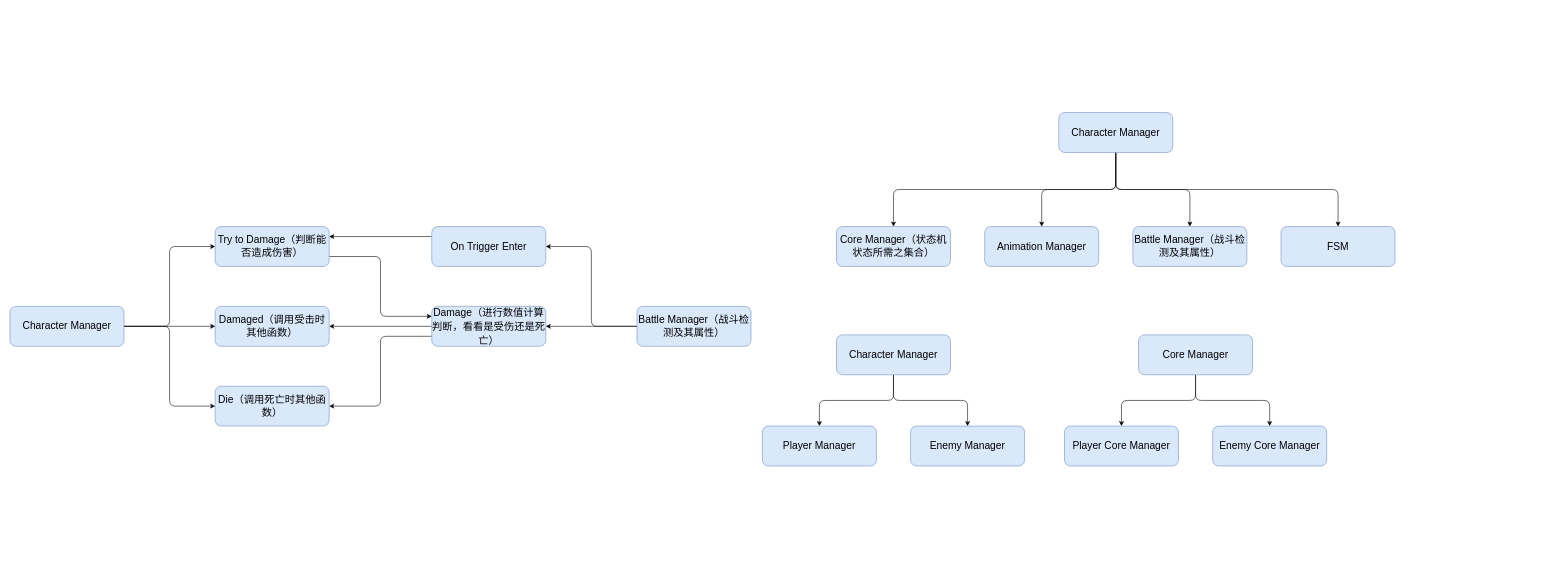
zsl2021533013/The-Letteror keeps this draw.io diagram as Readme/Script/Base Component Diagram/Character Component Structure.drawio. Above is the earlier version. Source tidied: cells renumbered, new cells numbered last; positions are measured from the earlier drawing's top-left corner, leaving out a move shared by most shapes. Both pictures are drawn from the tidied source at 57%, with x=0, y=0 at pixel (10, 112).
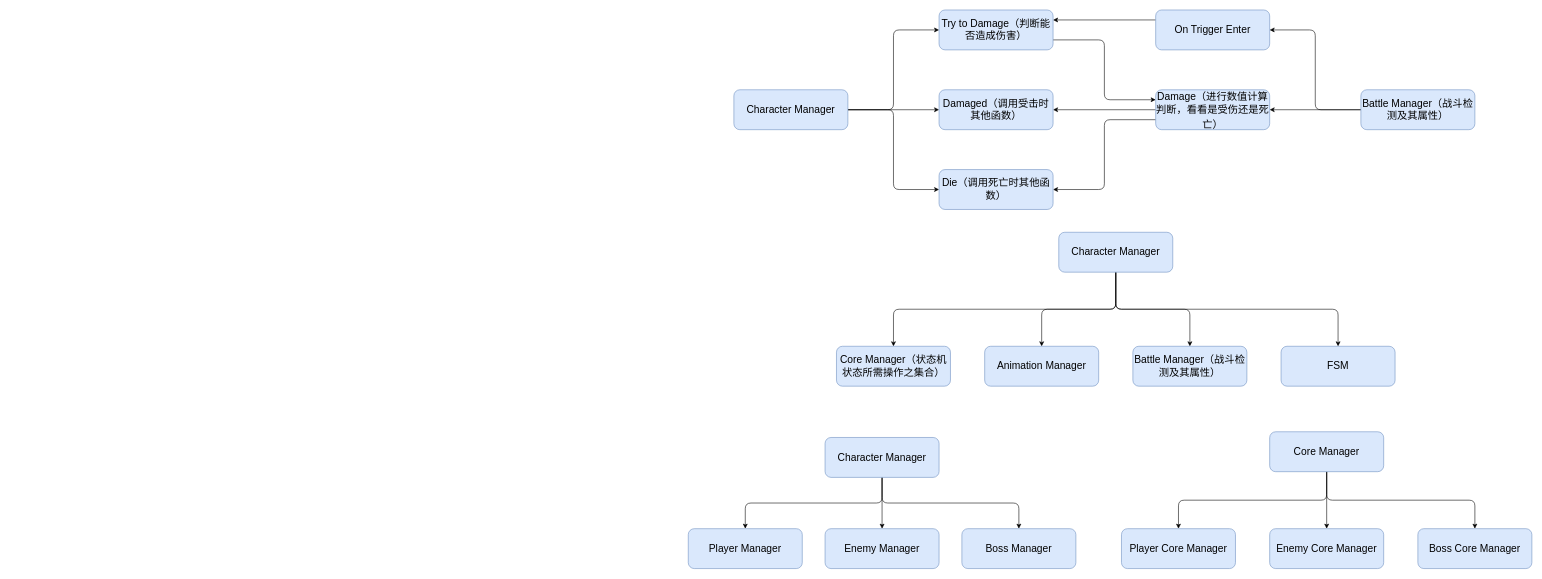
The same page after the edit.

Diff of the diagram source:
```diff
@@
     <mxCell id="6" value="&lt;span style=&quot;font-size: 18px;&quot;&gt;Character Manager&lt;/span&gt;" style="rounded=1;whiteSpace=wrap;html=1;fillColor=#dae8fc;strokeColor=#6c8ebf;" parent="1" vertex="1">
-      <mxGeometry x="1840" width="200" height="70" as="geometry" />
+      <mxGeometry x="1840" y="210" width="200" height="70" as="geometry" />
     </mxCell>
     <mxCell id="7" value="&lt;span style=&quot;font-size: 18px;&quot;&gt;Battle Manager（战斗检测及其属性）&lt;/span&gt;" style="rounded=1;whiteSpace=wrap;html=1;fillColor=#dae8fc;strokeColor=#6c8ebf;" parent="1" vertex="1">
-      <mxGeometry x="1970" y="200" width="200" height="70" as="geometry" />
+      <mxGeometry x="1970" y="410" width="200" height="70" as="geometry" />
     </mxCell>
     <mxCell id="8" value="&lt;span style=&quot;font-size: 18px;&quot;&gt;Animation Manager&lt;/span&gt;" style="rounded=1;whiteSpace=wrap;html=1;fillColor=#dae8fc;strokeColor=#6c8ebf;" parent="1" vertex="1">
-      <mxGeometry x="1710" y="200" width="200" height="70" as="geometry" />
+      <mxGeometry x="1710" y="410" width="200" height="70" as="geometry" />
     </mxCell>
-    <mxCell id="9" value="&lt;span style=&quot;font-size: 18px;&quot;&gt;Core Manager（状态机状态所需之集合）&lt;/span&gt;" style="rounded=1;whiteSpace=wrap;html=1;fillColor=#dae8fc;strokeColor=#6c8ebf;" parent="1" vertex="1">
-      <mxGeometry x="1450" y="200" width="200" height="70" as="geometry" />
+    <mxCell id="9" value="&lt;span style=&quot;font-size: 18px;&quot;&gt;Core Manager（状态机状态所需操作之集合）&lt;/span&gt;" style="rounded=1;whiteSpace=wrap;html=1;fillColor=#dae8fc;strokeColor=#6c8ebf;" parent="1" vertex="1">
+      <mxGeometry x="1450" y="410" width="200" height="70" as="geometry" />
     </mxCell>
@@
+    <mxCell id="37" style="edgeStyle=orthogonalEdgeStyle;rounded=1;jettySize=auto;html=1;exitX=0.5;exitY=1;exitDx=0;exitDy=0;entryX=0.5;entryY=0;entryDx=0;entryDy=0;" parent="1" edge="1" source="12" target="39">
+      <mxGeometry relative="1" as="geometry" />
+    </mxCell>
     <mxCell id="12" value="&lt;span style=&quot;font-size: 18px;&quot;&gt;Character Manager&lt;/span&gt;" style="rounded=1;whiteSpace=wrap;html=1;fillColor=#dae8fc;strokeColor=#6c8ebf;" parent="1" vertex="1">
-      <mxGeometry x="1450" y="390" width="200" height="70" as="geometry" />
+      <mxGeometry x="1430" y="570" width="200" height="70" as="geometry" />
     </mxCell>
     <mxCell id="13" value="&lt;span style=&quot;font-size: 18px;&quot;&gt;Enemy Manager&lt;/span&gt;" style="rounded=1;whiteSpace=wrap;html=1;fillColor=#dae8fc;strokeColor=#6c8ebf;" parent="1" vertex="1">
-      <mxGeometry x="1580" y="550" width="200" height="70" as="geometry" />
+      <mxGeometry x="1430" y="730" width="200" height="70" as="geometry" />
     </mxCell>
     <mxCell id="14" value="&lt;span style=&quot;font-size: 18px;&quot;&gt;Player Manager&lt;/span&gt;" style="rounded=1;whiteSpace=wrap;html=1;fillColor=#dae8fc;strokeColor=#6c8ebf;" parent="1" vertex="1">
-      <mxGeometry x="1320" y="550" width="200" height="70" as="geometry" />
+      <mxGeometry x="1190" y="730" width="200" height="70" as="geometry" />
     </mxCell>
     <mxCell id="15" value="&lt;span style=&quot;font-size: 18px;&quot;&gt;FSM&lt;/span&gt;" style="rounded=1;whiteSpace=wrap;html=1;fillColor=#dae8fc;strokeColor=#6c8ebf;" parent="1" vertex="1">
-      <mxGeometry x="2230" y="200" width="200" height="70" as="geometry" />
+      <mxGeometry x="2230" y="410" width="200" height="70" as="geometry" />
     </mxCell>
@@
+    <mxCell id="38" style="edgeStyle=orthogonalEdgeStyle;rounded=1;jettySize=auto;html=1;exitX=0.5;exitY=1;exitDx=0;exitDy=0;entryX=0.5;entryY=0;entryDx=0;entryDy=0;" parent="1" edge="1" source="18" target="40">
+      <mxGeometry relative="1" as="geometry" />
+    </mxCell>
     <mxCell id="18" value="&lt;span style=&quot;font-size: 18px;&quot;&gt;Core Manager&lt;/span&gt;" style="rounded=1;whiteSpace=wrap;html=1;fillColor=#dae8fc;strokeColor=#6c8ebf;" parent="1" vertex="1">
-      <mxGeometry x="1980" y="390" width="200" height="70" as="geometry" />
+      <mxGeometry x="2210" y="560" width="200" height="70" as="geometry" />
     </mxCell>
     <mxCell id="19" value="&lt;span style=&quot;font-size: 18px;&quot;&gt;Enemy Core Manager&lt;/span&gt;" style="rounded=1;whiteSpace=wrap;html=1;fillColor=#dae8fc;strokeColor=#6c8ebf;" parent="1" vertex="1">
-      <mxGeometry x="2110" y="550" width="200" height="70" as="geometry" />
+      <mxGeometry x="2210" y="730" width="200" height="70" as="geometry" />
     </mxCell>
     <mxCell id="20" value="&lt;span style=&quot;font-size: 18px;&quot;&gt;Player Core Manager&lt;/span&gt;" style="rounded=1;whiteSpace=wrap;html=1;fillColor=#dae8fc;strokeColor=#6c8ebf;" parent="1" vertex="1">
-      <mxGeometry x="1850" y="550" width="200" height="70" as="geometry" />
+      <mxGeometry x="1950" y="730" width="200" height="70" as="geometry" />
     </mxCell>
@@
     <mxCell id="24" value="&lt;span style=&quot;font-size: 18px;&quot;&gt;Character Manager&lt;/span&gt;" style="rounded=1;whiteSpace=wrap;html=1;fillColor=#dae8fc;strokeColor=#6c8ebf;" parent="1" vertex="1">
-      <mxGeometry y="340" width="200" height="70" as="geometry" />
+      <mxGeometry x="1270" y="-40" width="200" height="70" as="geometry" />
     </mxCell>
@@
     <mxCell id="27" value="&lt;span style=&quot;font-size: 18px;&quot;&gt;Battle Manager（战斗检测及其属性）&lt;/span&gt;" style="rounded=1;whiteSpace=wrap;html=1;fillColor=#dae8fc;strokeColor=#6c8ebf;" parent="1" vertex="1">
-      <mxGeometry x="1100" y="340" width="200" height="70" as="geometry" />
+      <mxGeometry x="2370" y="-40" width="200" height="70" as="geometry" />
     </mxCell>
@@
     <mxCell id="30" value="&lt;font style=&quot;font-size: 18px;&quot;&gt;Damage（进行数值计算判断，看看是受伤还是死亡）&lt;/font&gt;" style="rounded=1;whiteSpace=wrap;html=1;fillColor=#dae8fc;strokeColor=#6c8ebf;fontSize=20;" parent="1" vertex="1">
-      <mxGeometry x="740" y="340" width="200" height="70" as="geometry" />
+      <mxGeometry x="2010" y="-40" width="200" height="70" as="geometry" />
     </mxCell>
@@
     <mxCell id="32" value="&lt;span style=&quot;font-size: 18px;&quot;&gt;On Trigger Enter&lt;br&gt;&lt;/span&gt;" style="rounded=1;whiteSpace=wrap;html=1;fillColor=#dae8fc;strokeColor=#6c8ebf;" parent="1" vertex="1">
-      <mxGeometry x="740" y="200" width="200" height="70" as="geometry" />
+      <mxGeometry x="2010" y="-180" width="200" height="70" as="geometry" />
     </mxCell>
     <mxCell id="33" value="&lt;span style=&quot;font-size: 18px;&quot;&gt;Die（调用死亡时其他函数）&lt;/span&gt;" style="rounded=1;whiteSpace=wrap;html=1;fillColor=#dae8fc;strokeColor=#6c8ebf;" parent="1" vertex="1">
-      <mxGeometry x="360" y="480" width="200" height="70" as="geometry" />
+      <mxGeometry x="1630" y="100" width="200" height="70" as="geometry" />
     </mxCell>
     <mxCell id="34" value="&lt;span style=&quot;font-size: 18px;&quot;&gt;Damaged（调用受击时其他函数）&lt;/span&gt;" style="rounded=1;whiteSpace=wrap;html=1;fillColor=#dae8fc;strokeColor=#6c8ebf;" parent="1" vertex="1">
-      <mxGeometry x="360" y="340" width="200" height="70" as="geometry" />
+      <mxGeometry x="1630" y="-40" width="200" height="70" as="geometry" />
     </mxCell>
@@
     <mxCell id="36" value="&lt;span style=&quot;font-size: 18px;&quot;&gt;Try to Damage（判断能否造成伤害）&lt;/span&gt;" style="rounded=1;whiteSpace=wrap;html=1;fillColor=#dae8fc;strokeColor=#6c8ebf;" parent="1" vertex="1">
-      <mxGeometry x="360" y="200" width="200" height="70" as="geometry" />
+      <mxGeometry x="1630" y="-180" width="200" height="70" as="geometry" />
     </mxCell>
+    <mxCell id="39" value="&lt;span style=&quot;font-size: 18px;&quot;&gt;Boss Manager&lt;/span&gt;" style="rounded=1;whiteSpace=wrap;html=1;fillColor=#dae8fc;strokeColor=#6c8ebf;" parent="1" vertex="1">
+      <mxGeometry x="1670" y="730" width="200" height="70" as="geometry" />
+    </mxCell>
+    <mxCell id="40" value="&lt;span style=&quot;font-size: 18px;&quot;&gt;Boss Core Manager&lt;/span&gt;" style="rounded=1;whiteSpace=wrap;html=1;fillColor=#dae8fc;strokeColor=#6c8ebf;" parent="1" vertex="1">
+      <mxGeometry x="2470" y="730" width="200" height="70" as="geometry" />
+    </mxCell>
```
